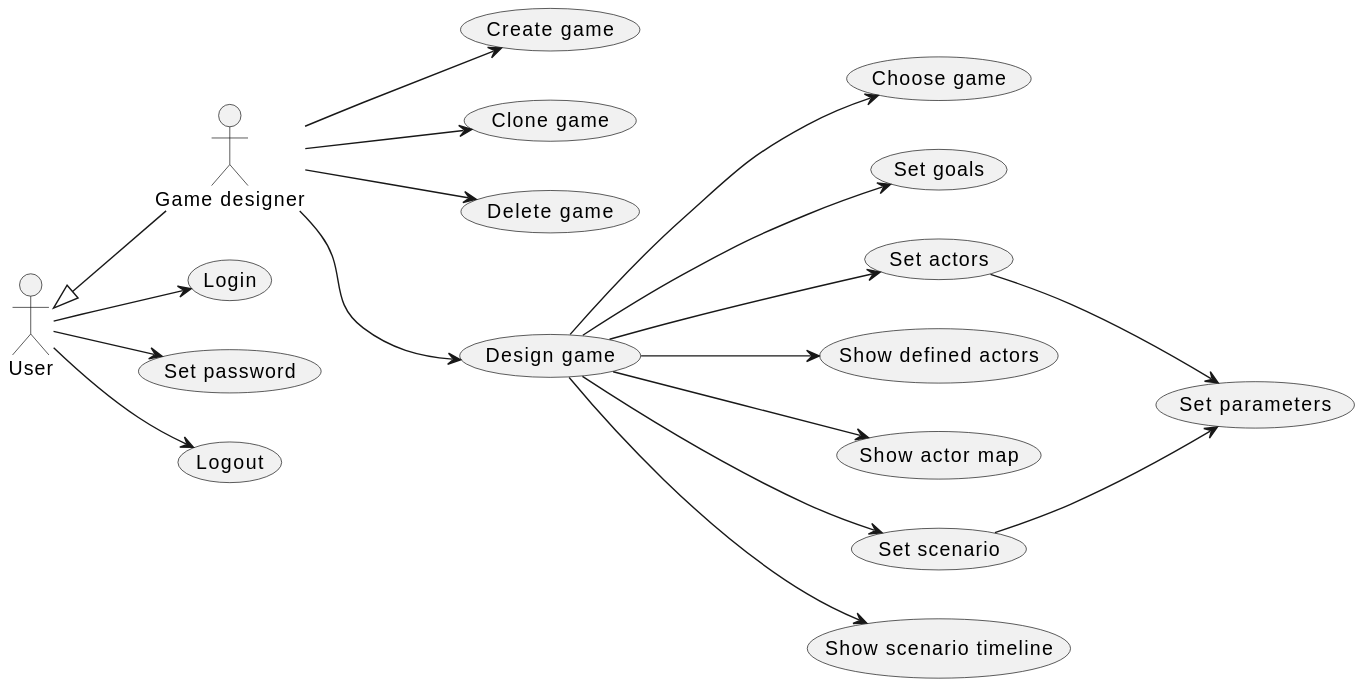
Earlier version of the PlantUML export doc/1-use-cases/diagrams/game-design.svg (averbraeck/gscg-design).
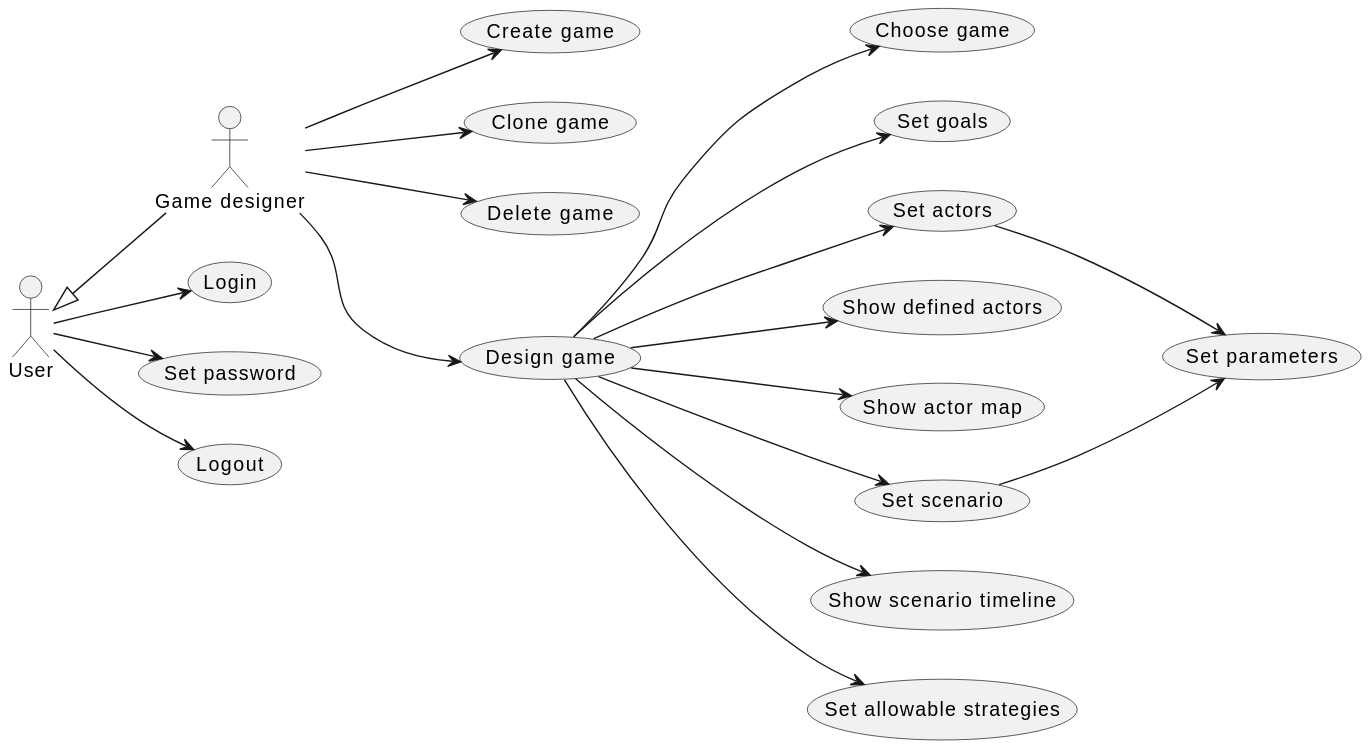
The same diagram one commit later.

Change to the diagram source:
```diff
@@ -21,6 +21,7 @@
 (Design game) --> (Show actor map)
 (Design game) --> (Set scenario)
 (Design game) --> (Show scenario timeline)
+(Design game) --> (Set allowable strategies)
 (Set scenario) --> (Set parameters)
 (Set actors) --> (Set parameters)
 @enduml
```
